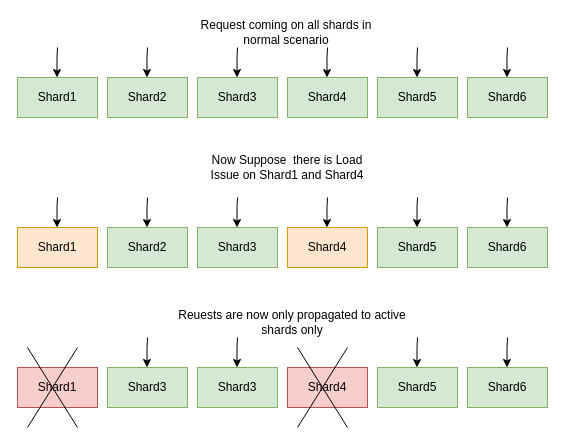
This is Untitled Diagram.drawio from M-Somtirth/training, a draw.io file, before an edit. Source tidied: cells renumbered, new cells numbered last; positions are measured from the earlier drawing's top-left corner, leaving out a move shared by most shapes. Both pictures are drawn from the tidied source at 100%, with x=0, y=0 at pixel (17, 17).
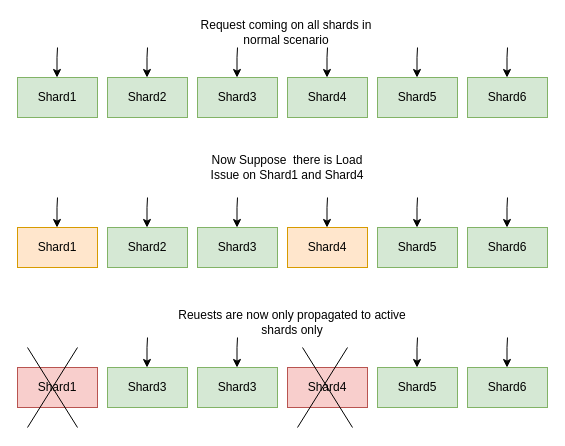
The same page after the edit.

The edit, as a diff of the source:
```diff
@@
-<mxGraphModel background="#FFFFFF">
+<mxGraphModel background="#ffffff">
@@
     <mxCell id="40" style="endArrow=none;html=1;rounded=0;" parent="1" edge="1">
       <mxGeometry relative="1" as="geometry">
-        <mxPoint x="280" y="330" as="sourcePoint" />
-        <mxPoint x="330" y="410" as="targetPoint" />
+        <mxPoint x="285" y="330" as="sourcePoint" />
+        <mxPoint x="335" y="410" as="targetPoint" />
       </mxGeometry>
     </mxCell>
```
